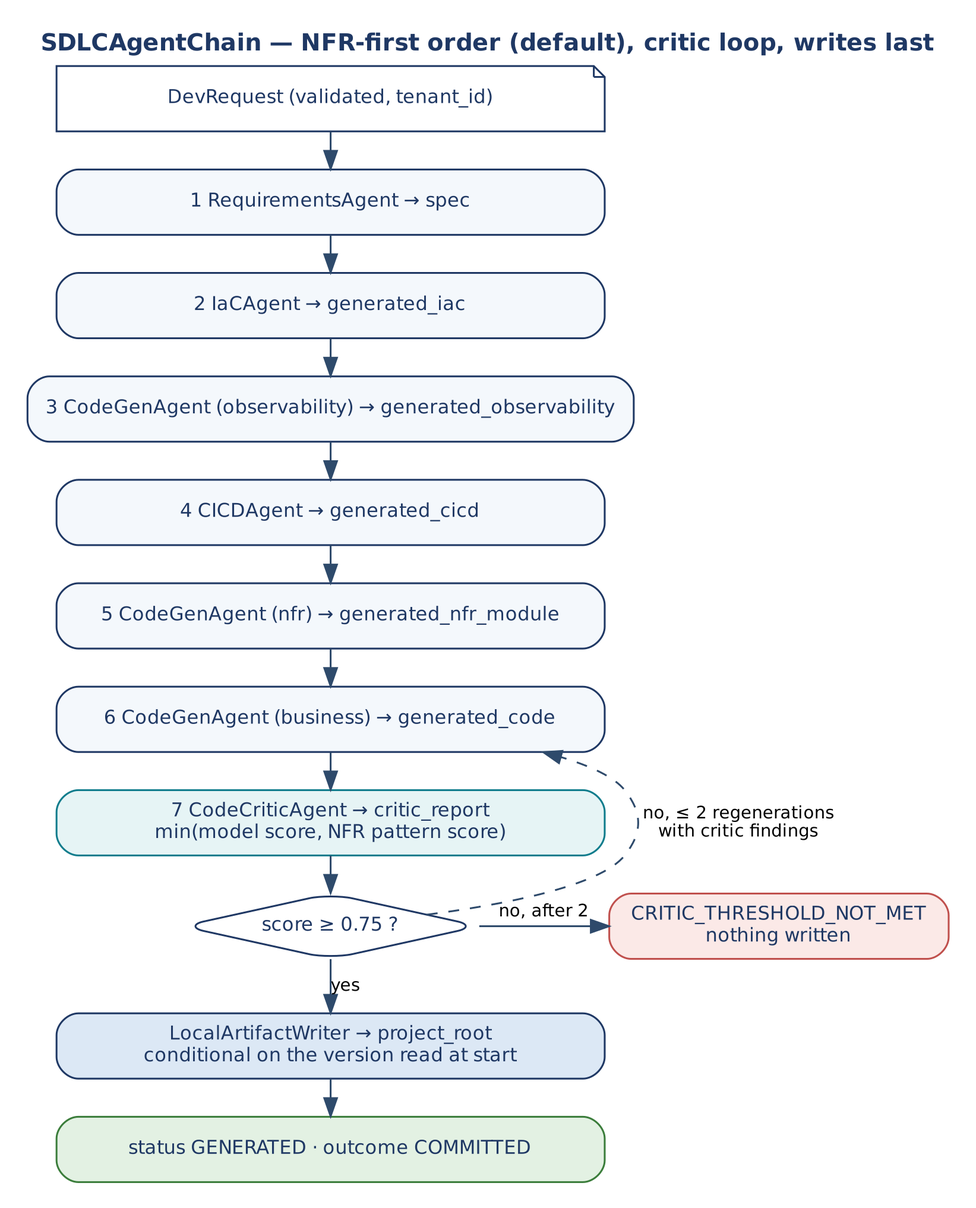
Earlier version of the Graphviz export docs/design/a2c/images/04_workflow.png (subhamviky/a2c-framework). Its source is kept beside it as docs/design/a2c/diagrams/04_workflow.dot.
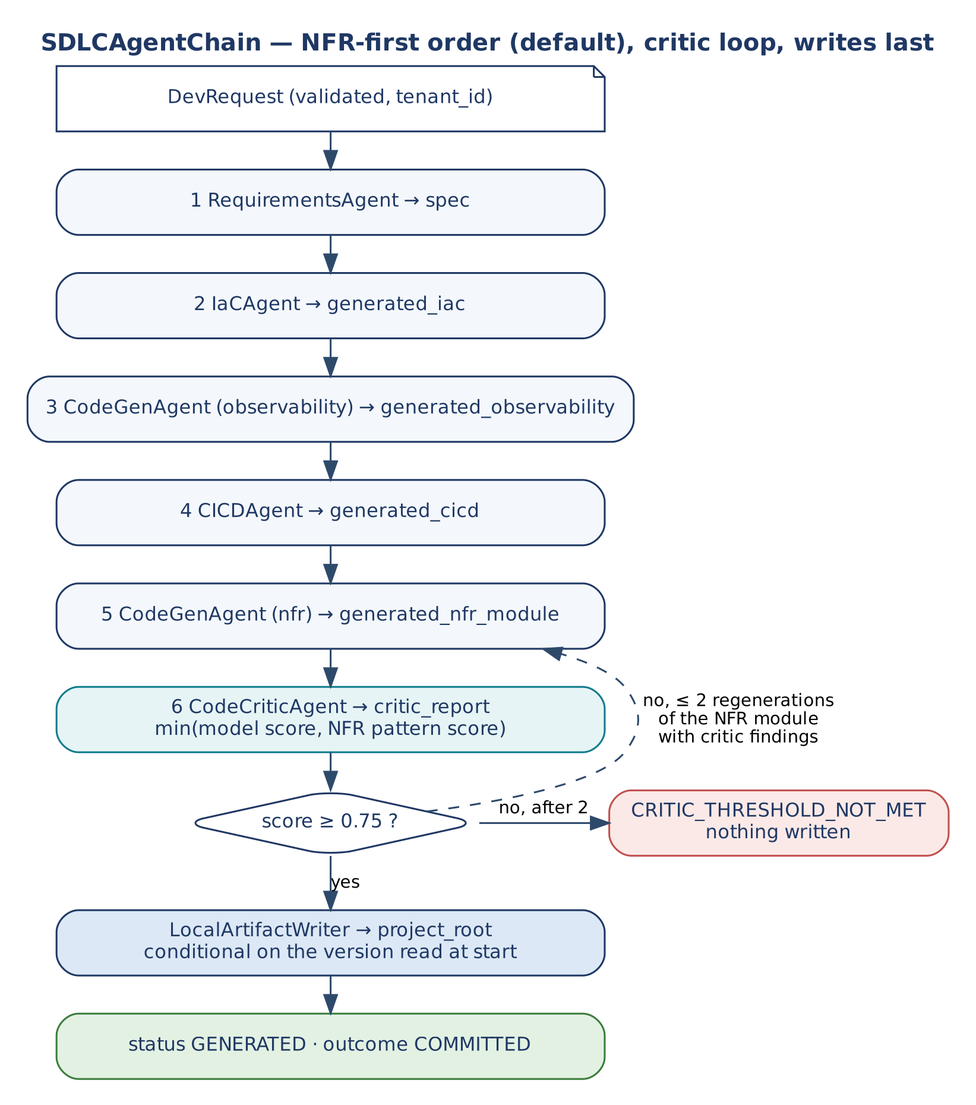
Above is the later version.

The edit, as a diff of the source:
```diff
@@ -8,14 +8,13 @@
   o [label="3 CodeGenAgent (observability) → generated_observability"];
   d [label="4 CICDAgent → generated_cicd"];
   n [label="5 CodeGenAgent (nfr) → generated_nfr_module"];
-  b [label="6 CodeGenAgent (business) → generated_code"];
-  k [label="7 CodeCriticAgent → critic_report\nmin(model score, NFR pattern score)", fillcolor="#E6F4F5", color="#0F7C8C"];
+  k [label="6 CodeCriticAgent → critic_report\nmin(model score, NFR pattern score)", fillcolor="#E6F4F5", color="#0F7C8C"];
   q [label="score ≥ 0.75 ?", shape=diamond, fillcolor="#FFFFFF", width=1.8];
   w [label="LocalArtifactWriter → project_root\nconditional on the version read at start", fillcolor="#DCE8F5"];
   ok [label="status GENERATED · outcome COMMITTED", fillcolor="#E3F1E3", color="#3B7D3B"];
   f [label="CRITIC_THRESHOLD_NOT_MET\nnothing written", fillcolor="#FBE9E7", color="#C0504D", width=2.6];
-  in->r->i->o->d->n->b->k->q; q->w [label="yes"]; w->ok;
-  q->b [style=dashed, label=" no, ≤ 2 regenerations\n with critic findings", constraint=false];
+  in->r->i->o->d->n->k->q; q->w [label="yes"]; w->ok;
+  q->n [style=dashed, label=" no, ≤ 2 regenerations\n of the NFR module\n with critic findings", constraint=false];
   q->f [label="no, after 2"];
   {rank=same; q; f}
 }
```
